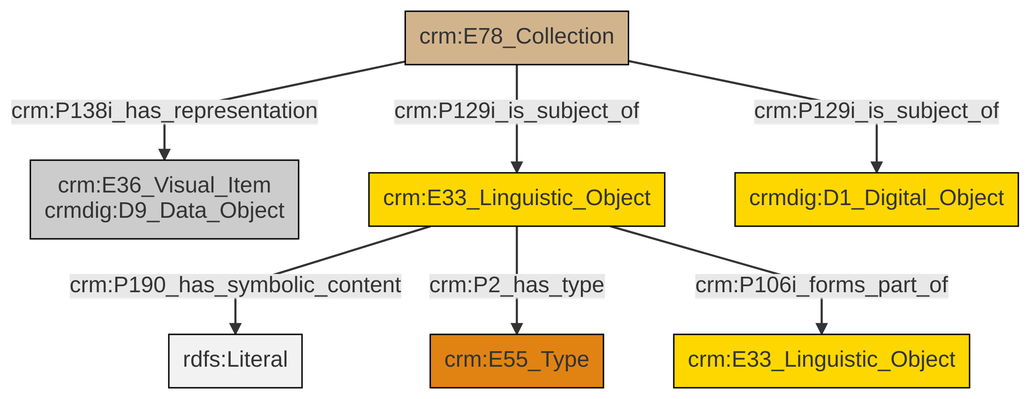
This is et/archivalCSV/ttl/mmd/png/archival_docs.png from swiss-art-research-net/docs.swissartresearch, a Mermaid export, as it was before one commit. Its source is kept beside it as et/archivalCSV/ttl/mmd/archival_docs.ttl.mmd.
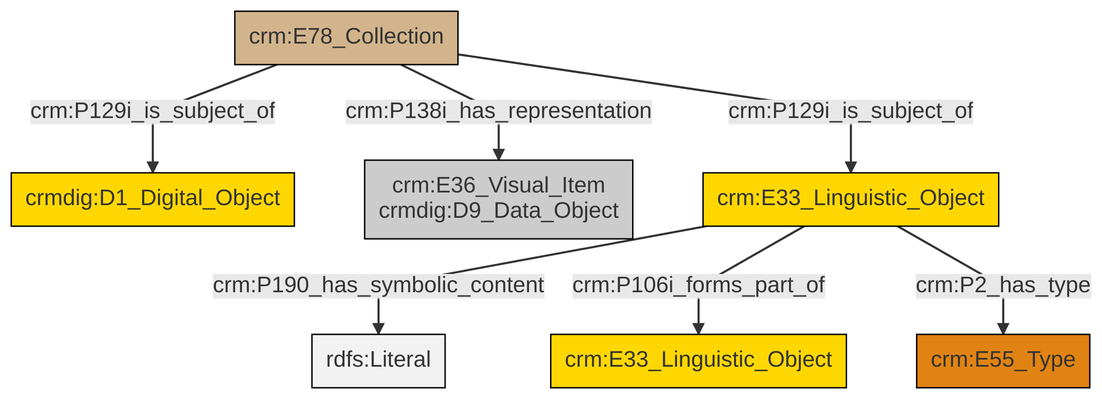
After the change.

What changed in the source:
```diff
@@ -13,9 +13,9 @@
 classDef PC_Classes fill:#4ce600, stroke:#000000;
 classDef Multi fill:#cccccc,stroke:#000000;
 
-7["crm:E78_Collection"]:::Physical_Thing -->|crm:P138i_has_representation| 0["crm:E36_Visual_Item<br>crmdig:D9_Data_Object"]:::Multi
-7["crm:E78_Collection"]:::Physical_Thing -->|crm:P129i_is_subject_of| 8["crm:E33_Linguistic_Object"]:::Conceptual_Object
-7["crm:E78_Collection"]:::Physical_Thing -->|crm:P129i_is_subject_of| 10["crmdig:D1_Digital_Object"]:::Conceptual_Object
-8["crm:E33_Linguistic_Object"]:::Conceptual_Object -->|crm:P190_has_symbolic_content| 12[rdfs:Literal]:::Literal
-8["crm:E33_Linguistic_Object"]:::Conceptual_Object -->|crm:P2_has_type| 2["crm:E55_Type"]:::Type
-8["crm:E33_Linguistic_Object"]:::Conceptual_Object -->|crm:P106i_forms_part_of| 5["crm:E33_Linguistic_Object"]:::Conceptual_Object
+0["crm:E78_Collection"]:::Physical_Thing -->|crm:P129i_is_subject_of| 1["crmdig:D1_Digital_Object"]:::Conceptual_Object
+0["crm:E78_Collection"]:::Physical_Thing -->|crm:P138i_has_representation| 2["crm:E36_Visual_Item<br>crmdig:D9_Data_Object"]:::Multi
+6["crm:E33_Linguistic_Object"]:::Conceptual_Object -->|crm:P190_has_symbolic_content| 7[rdfs:Literal]:::Literal
+0["crm:E78_Collection"]:::Physical_Thing -->|crm:P129i_is_subject_of| 6["crm:E33_Linguistic_Object"]:::Conceptual_Object
+6["crm:E33_Linguistic_Object"]:::Conceptual_Object -->|crm:P106i_forms_part_of| 4["crm:E33_Linguistic_Object"]:::Conceptual_Object
+6["crm:E33_Linguistic_Object"]:::Conceptual_Object -->|crm:P2_has_type| 8["crm:E55_Type"]:::Type
```
